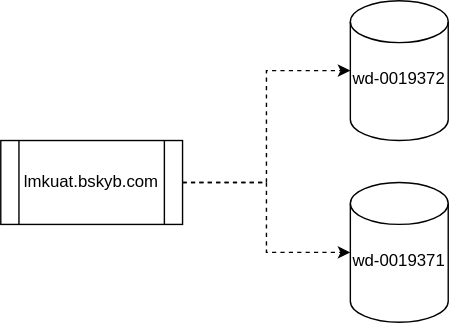
This is lb_testing.drawio.svg from EdMor17/GrafanaFlow_Testing, a draw.io export, as it was before one commit. Source tidied: cells renumbered, new cells last; positions are measured from the earlier drawing's top-left corner, leaving out a move shared by most shapes.
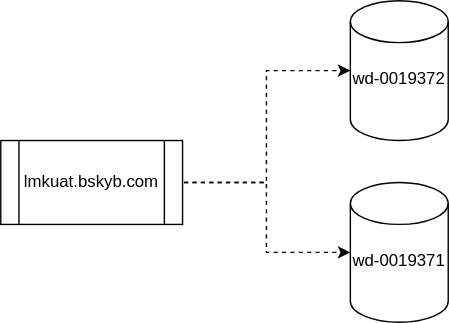
After the commit.

The edit, as a diff of the source:
```diff
@@ -13,10 +13,10 @@
     <mxCell id="4" value="wd-0019371&lt;div&gt;&lt;br&gt;&lt;/div&gt;" style="shape=cylinder3;whiteSpace=wrap;html=1;boundedLbl=1;backgroundOutline=1;size=15;fillStyle=solid;" parent="1" vertex="1">
       <mxGeometry x="250" y="130" width="70" height="100" as="geometry" />
     </mxCell>
-    <mxCell id="5" style="edgeStyle=orthogonalEdgeStyle;rounded=0;jettySize=auto;html=1;entryX=0;entryY=0.5;entryDx=0;entryDy=0;entryPerimeter=0;dashed=1;" parent="1" edge="1" source="2" target="3">
+    <mxCell id="5" style="edgeStyle=orthogonalEdgeStyle;rounded=0;jettySize=auto;html=1;entryX=0;entryY=0.5;entryDx=0;entryDy=0;entryPerimeter=0;dashed=1;flowAnimation=1;" parent="1" edge="1" source="2" target="3">
       <mxGeometry relative="1" as="geometry" />
     </mxCell>
-    <mxCell id="6" style="edgeStyle=orthogonalEdgeStyle;rounded=0;jettySize=auto;html=1;entryX=0;entryY=0.5;entryDx=0;entryDy=0;entryPerimeter=0;dashed=1;" parent="1" edge="1" source="2" target="4">
+    <mxCell id="6" style="edgeStyle=orthogonalEdgeStyle;rounded=0;jettySize=auto;html=1;entryX=0;entryY=0.5;entryDx=0;entryDy=0;entryPerimeter=0;dashed=1;flowAnimation=1;" parent="1" edge="1" source="2" target="4">
       <mxGeometry relative="1" as="geometry" />
     </mxCell>
   </root>
```
